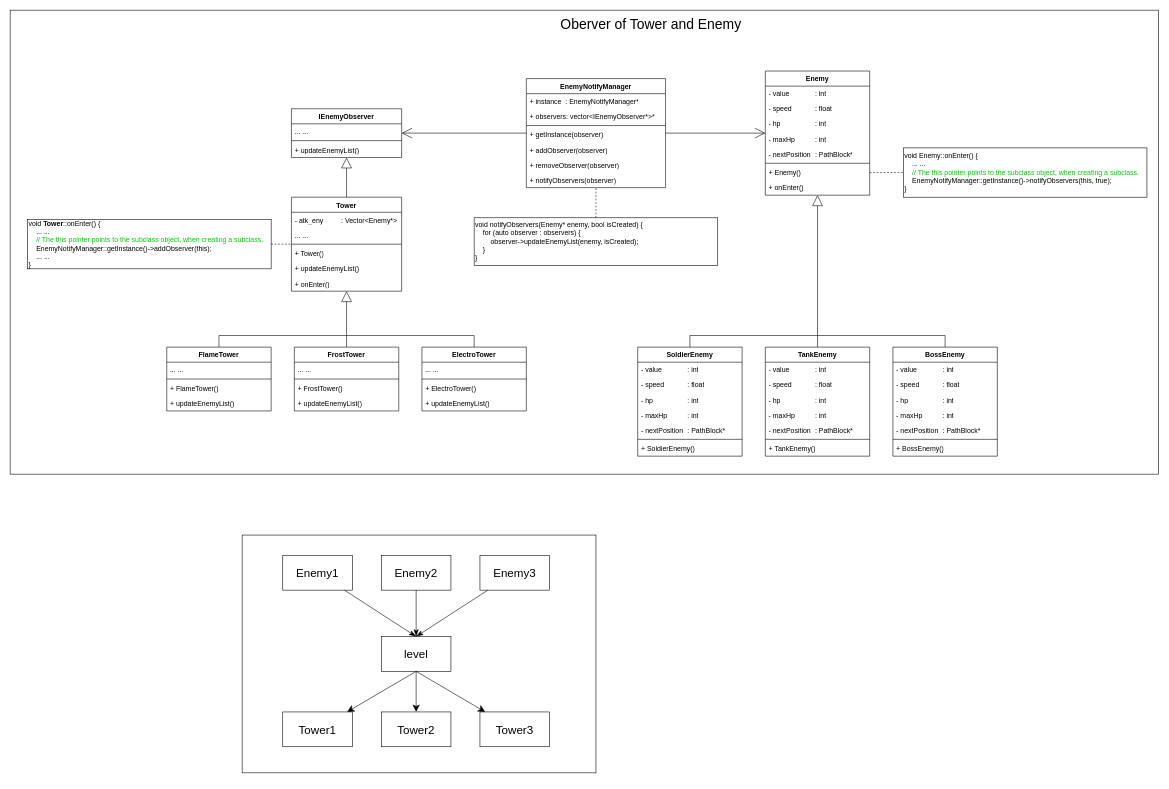
This is page "Observer" (4 of 7) of 文档/URL.drawio from QinCheng0928/Cocos2d, a draw.io file, before an edit. Source tidied: cells renumbered, new cells numbered last; positions are measured from the earlier drawing's top-left corner, leaving out a move shared by most shapes. Both pictures are drawn from the tidied source at 58%, with x=0, y=0 at pixel (10, 10).
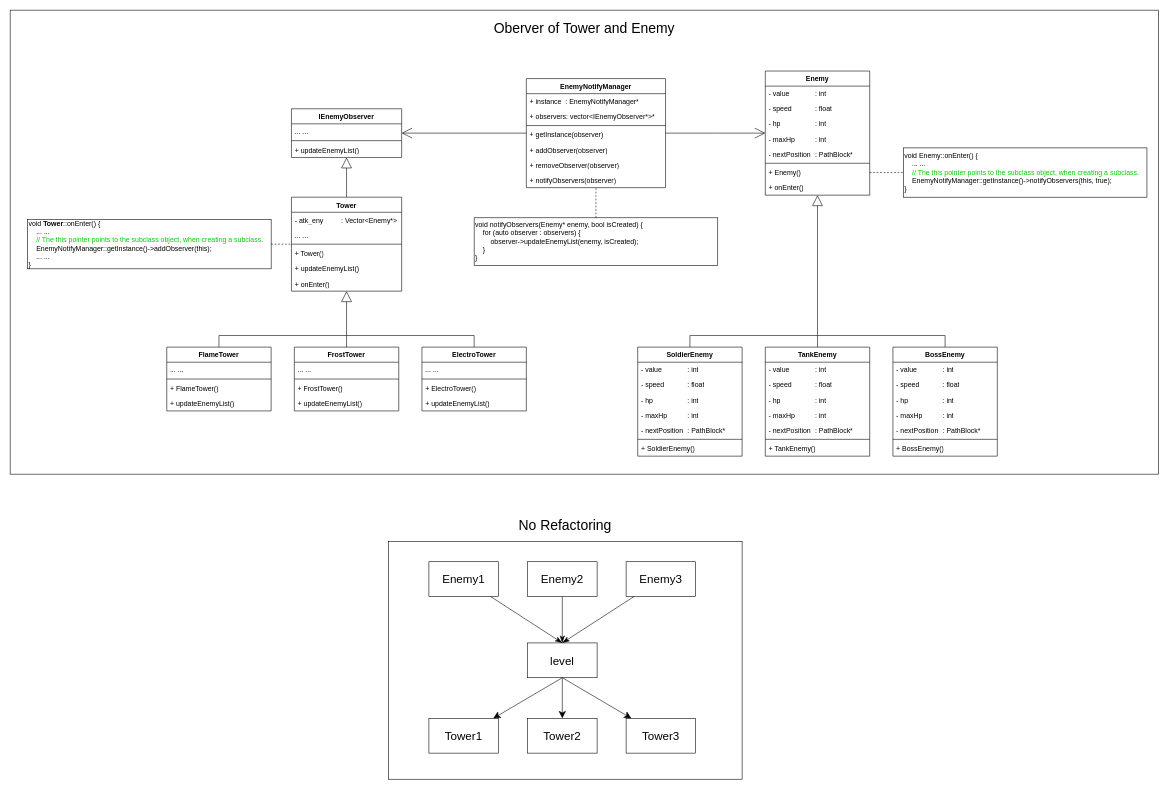
The same diagram, later.

Change to the diagram source:
```diff
@@
     <mxCell id="2" style="rounded=0;whiteSpace=wrap;html=1;" parent="1" vertex="1">
-      <mxGeometry x="400" y="905" width="610" height="410" as="geometry" />
+      <mxGeometry x="652" y="916" width="610" height="410" as="geometry" />
     </mxCell>
@@
     <mxCell id="82" value="&lt;font style=&quot;font-size: 24px;&quot;&gt;Oberver of Tower and Enemy&lt;/font&gt;" style="text;html=1;align=center;verticalAlign=middle;whiteSpace=wrap;rounded=0;" parent="1" vertex="1">
-      <mxGeometry x="910" y="10" width="390" height="30" as="geometry" />
+      <mxGeometry x="795" y="17" width="390" height="30" as="geometry" />
     </mxCell>
@@
     <mxCell id="87" value="&lt;font style=&quot;font-size: 20px;&quot;&gt;level&lt;/font&gt;" style="rounded=0;whiteSpace=wrap;html=1;" parent="1" vertex="1">
-      <mxGeometry x="640" y="1080" width="120" height="60" as="geometry" />
+      <mxGeometry x="892" y="1091" width="120" height="60" as="geometry" />
     </mxCell>
     <mxCell id="88" value="&lt;font style=&quot;font-size: 20px;&quot;&gt;Tower1&lt;/font&gt;" style="rounded=0;whiteSpace=wrap;html=1;" parent="1" vertex="1">
-      <mxGeometry x="470" y="1210" width="120" height="60" as="geometry" />
+      <mxGeometry x="722" y="1221" width="120" height="60" as="geometry" />
     </mxCell>
     <mxCell id="89" value="&lt;font style=&quot;font-size: 20px;&quot;&gt;Tower2&lt;/font&gt;" style="rounded=0;whiteSpace=wrap;html=1;" parent="1" vertex="1">
-      <mxGeometry x="640" y="1210" width="120" height="60" as="geometry" />
+      <mxGeometry x="892" y="1221" width="120" height="60" as="geometry" />
     </mxCell>
     <mxCell id="90" value="&lt;font style=&quot;font-size: 20px;&quot;&gt;Tower3&lt;/font&gt;" style="rounded=0;whiteSpace=wrap;html=1;" parent="1" vertex="1">
-      <mxGeometry x="810" y="1210" width="120" height="60" as="geometry" />
+      <mxGeometry x="1062" y="1221" width="120" height="60" as="geometry" />
     </mxCell>
     <mxCell id="91" value="&lt;font style=&quot;font-size: 20px;&quot;&gt;Enemy1&lt;/font&gt;" style="rounded=0;whiteSpace=wrap;html=1;" parent="1" vertex="1">
-      <mxGeometry x="470" y="940" width="120" height="60" as="geometry" />
+      <mxGeometry x="722" y="951" width="120" height="60" as="geometry" />
     </mxCell>
     <mxCell id="92" value="&lt;font style=&quot;font-size: 20px;&quot;&gt;Enemy2&lt;/font&gt;" style="rounded=0;whiteSpace=wrap;html=1;" parent="1" vertex="1">
-      <mxGeometry x="640" y="940" width="120" height="60" as="geometry" />
+      <mxGeometry x="892" y="951" width="120" height="60" as="geometry" />
     </mxCell>
     <mxCell id="93" value="&lt;font style=&quot;font-size: 20px;&quot;&gt;Enemy3&lt;/font&gt;" style="rounded=0;whiteSpace=wrap;html=1;" parent="1" vertex="1">
-      <mxGeometry x="810" y="940" width="120" height="60" as="geometry" />
+      <mxGeometry x="1062" y="951" width="120" height="60" as="geometry" />
     </mxCell>
@@
+    <mxCell id="100" value="&lt;font style=&quot;font-size: 24px;&quot;&gt;No Refactoring&lt;/font&gt;" style="text;html=1;align=center;verticalAlign=middle;whiteSpace=wrap;rounded=0;" parent="1" vertex="1">
+      <mxGeometry x="762" y="874" width="390" height="30" as="geometry" />
+    </mxCell>
```
